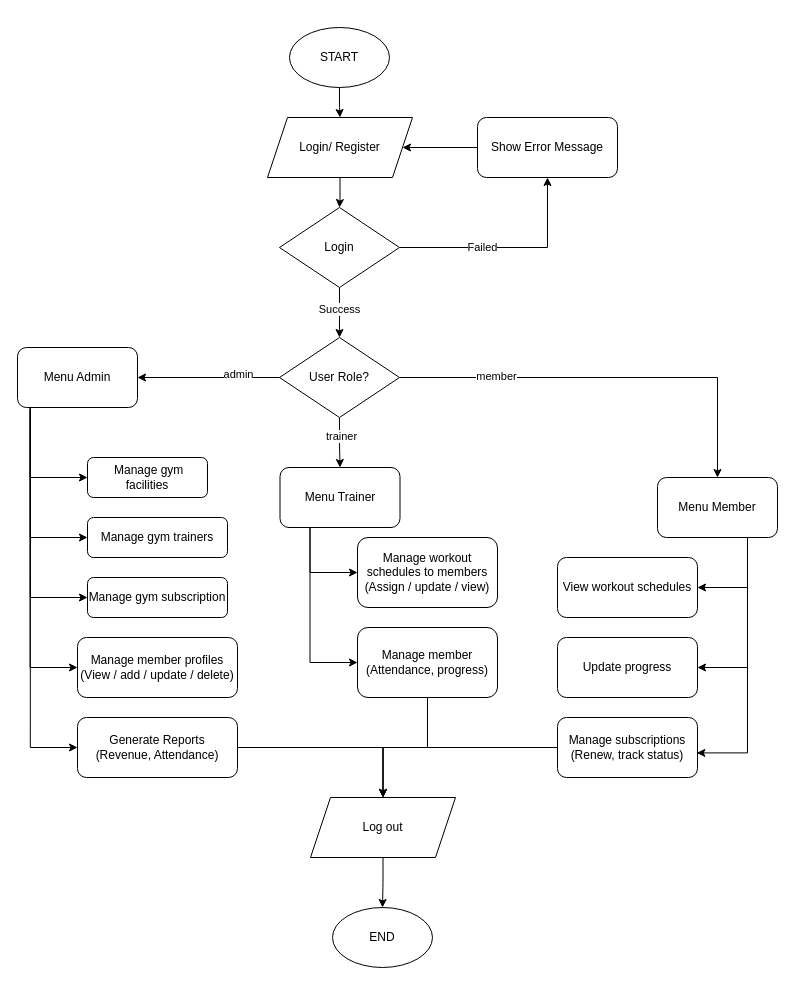
Above: Flowchart.drawio in XuanAnh1312/GMS_PROJECT_JAVA (draw.io), before the change. Source tidied: cells renumbered, new cells numbered last; positions are measured from the earlier drawing's top-left corner, leaving out a move shared by most shapes. Both pictures are drawn from the tidied source at 100%, with x=0, y=0 at pixel (17, 27).
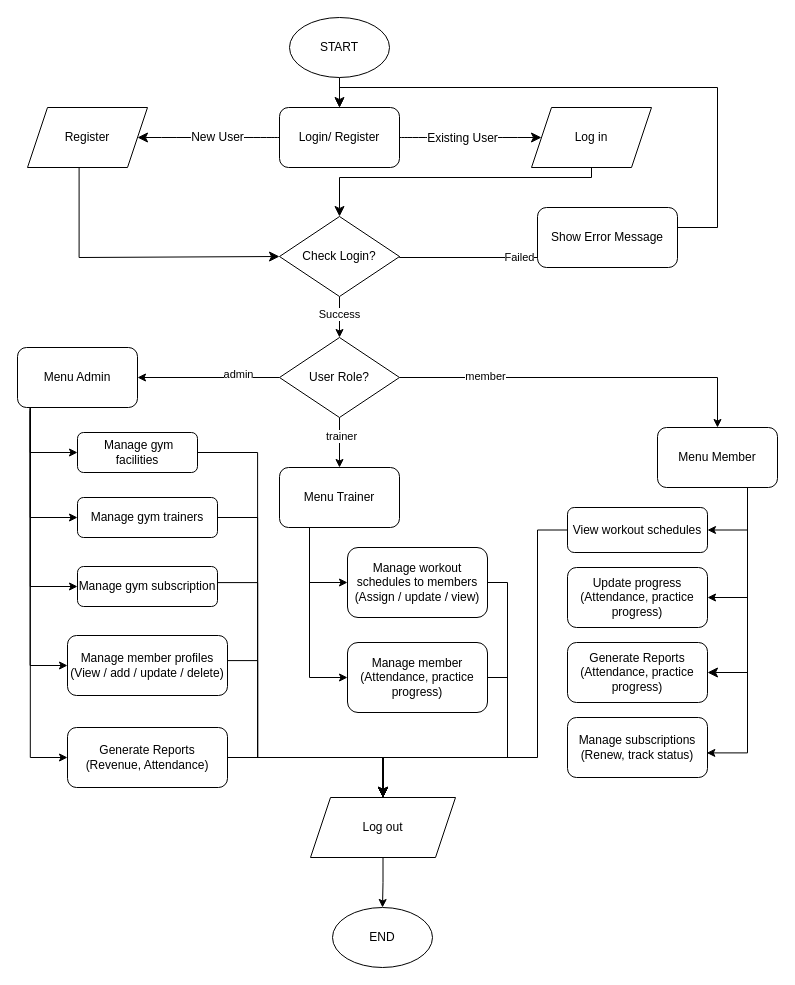
Above is the later version.

Unchanged cells that the change refers to:
```xml
<mxCell id="19" value="User Role?" style="rhombus;whiteSpace=wrap;html=1;shapeInside=1;" parent="1" vertex="1">
  <mxGeometry x="262" y="310" width="120" height="80" as="geometry" />
</mxCell>
<mxCell id="47" value="Log out" style="shape=parallelogram;perimeter=parallelogramPerimeter;whiteSpace=wrap;html=1;shapeInside=1;fixedSize=1;" parent="1" vertex="1">
  <mxGeometry x="293" y="770" width="145" height="60" as="geometry" />
</mxCell>
```

Diff of the diagram source:
```diff
@@
-    <mxCell id="2" style="edgeStyle=orthogonalEdgeStyle;rounded=0;jettySize=auto;html=1;" parent="1" edge="1" source="3" target="5">
+    <mxCell id="2" style="edgeStyle=orthogonalEdgeStyle;rounded=0;jettySize=auto;html=1;entryX=0.5;entryY=0;entryDx=0;entryDy=0;" parent="1" edge="1" source="3" target="5">
       <mxGeometry relative="1" as="geometry" />
     </mxCell>
     <mxCell id="3" value="START" style="ellipse;whiteSpace=wrap;html=1;shapeInside=1;" parent="1" vertex="1">
-      <mxGeometry x="272" width="100" height="60" as="geometry" />
+      <mxGeometry x="272" y="-10" width="100" height="60" as="geometry" />
     </mxCell>
-    <mxCell id="4" style="edgeStyle=orthogonalEdgeStyle;rounded=0;jettySize=auto;html=1;" parent="1" edge="1" source="5" target="10">
-      <mxGeometry relative="1" as="geometry" />
-    </mxCell>
-    <mxCell id="5" value="Login/ Register" style="shape=parallelogram;perimeter=parallelogramPerimeter;whiteSpace=wrap;html=1;shapeInside=1;fixedSize=1;" parent="1" vertex="1">
-      <mxGeometry x="250" y="90" width="145" height="60" as="geometry" />
-    </mxCell>
-    <mxCell id="6" style="edgeStyle=orthogonalEdgeStyle;rounded=0;jettySize=auto;html=1;" parent="1" edge="1" source="10" target="12">
+    <mxCell id="6" style="edgeStyle=orthogonalEdgeStyle;rounded=0;jettySize=auto;html=1;exitX=1;exitY=0.5;exitDx=0;exitDy=0;entryX=0;entryY=0.5;entryDx=0;entryDy=0;" parent="1" edge="1" source="65" target="12">
       <mxGeometry relative="1" as="geometry">
         <Array as="points">
-          <mxPoint x="530" y="220" />
+          <mxPoint x="600" y="230" />
         </Array>
       </mxGeometry>
     </mxCell>
@@
-    <mxCell id="8" style="edgeStyle=orthogonalEdgeStyle;rounded=0;jettySize=auto;html=1;" parent="1" edge="1" source="10" target="19">
+    <mxCell id="8" style="edgeStyle=orthogonalEdgeStyle;rounded=0;jettySize=auto;html=1;exitX=0.5;exitY=1;exitDx=0;exitDy=0;" parent="1" edge="1" source="65" target="19">
       <mxGeometry relative="1" as="geometry" />
     </mxCell>
@@
-    <mxCell id="10" value="Login" style="rhombus;whiteSpace=wrap;html=1;shapeInside=1;" parent="1" vertex="1">
-      <mxGeometry x="262" y="180" width="120" height="80" as="geometry" />
-    </mxCell>
-    <mxCell id="11" style="edgeStyle=orthogonalEdgeStyle;rounded=0;jettySize=auto;html=1;" parent="1" edge="1" source="12" target="5">
-      <mxGeometry relative="1" as="geometry" />
-    </mxCell>
     <mxCell id="12" value="Show Error Message" style="rounded=1;whiteSpace=wrap;html=1;" parent="1" vertex="1">
-      <mxGeometry x="460" y="90" width="140" height="60" as="geometry" />
+      <mxGeometry x="520" y="180" width="140" height="60" as="geometry" />
     </mxCell>
@@
     <mxCell id="26" value="Menu Trainer" style="rounded=1;whiteSpace=wrap;html=1;" parent="1" vertex="1">
-      <mxGeometry x="262.5" y="440" width="120" height="60" as="geometry" />
+      <mxGeometry x="262" y="440" width="120" height="60" as="geometry" />
     </mxCell>
@@
+    <mxCell id="49" style="edgeStyle=none;curved=0;rounded=0;jettySize=auto;html=1;fontSize=12;startSize=8;endSize=8;entryX=1;entryY=0.5;entryDx=0;entryDy=0;exitX=0.75;exitY=1;exitDx=0;exitDy=0;" parent="1" edge="1" source="30" target="50">
+      <mxGeometry relative="1" as="geometry">
+        <Array as="points">
+          <mxPoint x="730" y="645" />
+        </Array>
+      </mxGeometry>
+    </mxCell>
     <mxCell id="30" value="Menu Member" style="rounded=1;whiteSpace=wrap;html=1;" parent="1" vertex="1">
-      <mxGeometry x="640" y="450" width="120" height="60" as="geometry" />
+      <mxGeometry x="640" y="400" width="120" height="60" as="geometry" />
     </mxCell>
     <mxCell id="31" value="&amp;nbsp;Manage gym facilities" style="whiteSpace=wrap;html=1;rounded=1;" parent="1" vertex="1">
-      <mxGeometry x="70" y="430" width="120" height="40" as="geometry" />
+      <mxGeometry x="60" y="405" width="120" height="40" as="geometry" />
     </mxCell>
     <mxCell id="32" value="Manage gym&amp;nbsp;trainers" style="whiteSpace=wrap;html=1;rounded=1;" parent="1" vertex="1">
-      <mxGeometry x="70" y="490" width="140" height="40" as="geometry" />
+      <mxGeometry x="60" y="470" width="140" height="40" as="geometry" />
     </mxCell>
     <mxCell id="33" value="&lt;br&gt;Manage gym&amp;nbsp;subscription&lt;div&gt;&lt;br/&gt;&lt;/div&gt;" style="rounded=1;whiteSpace=wrap;html=1;" parent="1" vertex="1">
-      <mxGeometry x="70" y="550" width="140" height="40" as="geometry" />
+      <mxGeometry x="60" y="539" width="140" height="40" as="geometry" />
     </mxCell>
     <mxCell id="34" value="Manage member profiles&lt;div&gt;(V&lt;span style=&quot;background-color: transparent; color: light-dark(rgb(0, 0, 0), rgb(255, 255, 255));&quot;&gt;iew&lt;/span&gt;&lt;span style=&quot;background-color: transparent; color: light-dark(rgb(0, 0, 0), rgb(255, 255, 255));&quot;&gt; &lt;/span&gt;&lt;span style=&quot;background-color: transparent; color: light-dark(rgb(0, 0, 0), rgb(255, 255, 255));&quot;&gt;/ a&lt;/span&gt;&lt;span style=&quot;background-color: transparent; color: light-dark(rgb(0, 0, 0), rgb(255, 255, 255));&quot;&gt;dd&lt;/span&gt;&lt;span style=&quot;background-color: transparent; color: light-dark(rgb(0, 0, 0), rgb(255, 255, 255));&quot;&gt; &lt;/span&gt;&lt;span style=&quot;background-color: transparent; color: light-dark(rgb(0, 0, 0), rgb(255, 255, 255));&quot;&gt;/ update / delete)&lt;/span&gt;&lt;/div&gt;" style="rounded=1;whiteSpace=wrap;html=1;" parent="1" vertex="1">
-      <mxGeometry x="60" y="610" width="160" height="60" as="geometry" />
+      <mxGeometry x="50" y="608" width="160" height="60" as="geometry" />
     </mxCell>
@@
-    <mxCell id="36" style="edgeStyle=orthogonalEdgeStyle;rounded=0;jettySize=auto;html=1;" parent="1" edge="1" source="37" target="47">
-      <mxGeometry relative="1" as="geometry" />
-    </mxCell>
     <mxCell id="37" value="Generate Reports&lt;div&gt;(Revenue, Attendance)&lt;/div&gt;" style="rounded=1;whiteSpace=wrap;html=1;" parent="1" vertex="1">
-      <mxGeometry x="60" y="690" width="160" height="60" as="geometry" />
+      <mxGeometry x="50" y="700" width="160" height="60" as="geometry" />
     </mxCell>
@@
     <mxCell id="39" value="Manage workout schedules to members&lt;div&gt;(Assign / update / view)&lt;/div&gt;" style="rounded=1;whiteSpace=wrap;html=1;" parent="1" vertex="1">
-      <mxGeometry x="340" y="510" width="140" height="70" as="geometry" />
+      <mxGeometry x="330" y="520" width="140" height="70" as="geometry" />
     </mxCell>
-    <mxCell id="40" style="edgeStyle=orthogonalEdgeStyle;rounded=0;jettySize=auto;html=1;" parent="1" edge="1" source="41" target="47">
-      <mxGeometry relative="1" as="geometry" />
-    </mxCell>
-    <mxCell id="41" value="Manage member&lt;div&gt;(Attendance, progress)&lt;/div&gt;" style="whiteSpace=wrap;html=1;rounded=1;" parent="1" vertex="1">
-      <mxGeometry x="340" y="600" width="140" height="70" as="geometry" />
+    <mxCell id="41" value="Manage member&lt;div&gt;(Attendance, practice progress)&lt;/div&gt;" style="whiteSpace=wrap;html=1;rounded=1;" parent="1" vertex="1">
+      <mxGeometry x="330" y="615" width="140" height="70" as="geometry" />
     </mxCell>
     <mxCell id="42" value="View workout schedules" style="whiteSpace=wrap;html=1;rounded=1;" parent="1" vertex="1">
-      <mxGeometry x="540" y="530" width="140" height="60" as="geometry" />
+      <mxGeometry x="550" y="480" width="140" height="45" as="geometry" />
     </mxCell>
-    <mxCell id="43" value="Update progress" style="whiteSpace=wrap;html=1;rounded=1;" parent="1" vertex="1">
-      <mxGeometry x="540" y="610" width="140" height="60" as="geometry" />
+    <mxCell id="43" value="Update progress&lt;div&gt;(Attendance, practice progress)&lt;/div&gt;" style="whiteSpace=wrap;html=1;rounded=1;" parent="1" vertex="1">
+      <mxGeometry x="550" y="540" width="140" height="60" as="geometry" />
     </mxCell>
-    <mxCell id="44" style="edgeStyle=orthogonalEdgeStyle;rounded=0;jettySize=auto;html=1;" parent="1" edge="1" source="45" target="47">
-      <mxGeometry relative="1" as="geometry" />
-    </mxCell>
     <mxCell id="45" value="Manage subscriptions&lt;div&gt;(Renew, track status)&lt;/div&gt;" style="whiteSpace=wrap;html=1;rounded=1;" parent="1" vertex="1">
-      <mxGeometry x="540" y="690" width="140" height="60" as="geometry" />
+      <mxGeometry x="550" y="690" width="140" height="60" as="geometry" />
     </mxCell>
@@
+    <mxCell id="50" value="Generate Reports&lt;div&gt;(Attendance, practice progress)&lt;/div&gt;" style="whiteSpace=wrap;html=1;rounded=1;" parent="1" vertex="1">
+      <mxGeometry x="550" y="615" width="140" height="60" as="geometry" />
+    </mxCell>
+    <mxCell id="51" style="endArrow=classic;html=1;rounded=0;fontSize=12;startSize=8;endSize=8;entryX=0.5;entryY=0;entryDx=0;entryDy=0;exitX=1;exitY=0.5;exitDx=0;exitDy=0;edgeStyle=orthogonalEdgeStyle;" parent="1" edge="1" source="31" target="47">
+      <mxGeometry relative="1" as="geometry">
+        <Array as="points">
+          <mxPoint x="240.1" y="425.1" />
+          <mxPoint x="240.1" y="730" />
+          <mxPoint x="365.5" y="730" />
+        </Array>
+      </mxGeometry>
+    </mxCell>
+    <mxCell id="52" style="endArrow=classic;html=1;rounded=0;fontSize=12;startSize=8;endSize=8;exitX=1;exitY=0.5;exitDx=0;exitDy=0;entryX=0.5;entryY=0;entryDx=0;entryDy=0;edgeStyle=orthogonalEdgeStyle;" parent="1" edge="1" source="32" target="47">
+      <mxGeometry relative="1" as="geometry">
+        <Array as="points">
+          <mxPoint x="240.1" y="490" />
+          <mxPoint x="240.1" y="730" />
+          <mxPoint x="365.5" y="730" />
+        </Array>
+      </mxGeometry>
+    </mxCell>
+    <mxCell id="53" style="endArrow=classic;html=1;rounded=0;fontSize=12;startSize=8;endSize=8;entryX=0.5;entryY=0;entryDx=0;entryDy=0;exitX=1;exitY=0.5;exitDx=0;exitDy=0;edgeStyle=orthogonalEdgeStyle;" parent="1" edge="1" source="33" target="47">
+      <mxGeometry relative="1" as="geometry">
+        <Array as="points">
+          <mxPoint x="200.1" y="555.1" />
+          <mxPoint x="240.1" y="555.1" />
+          <mxPoint x="240.1" y="730" />
+          <mxPoint x="365.5" y="730" />
+        </Array>
+      </mxGeometry>
+    </mxCell>
+    <mxCell id="54" style="endArrow=classic;html=1;rounded=0;fontSize=12;startSize=8;endSize=8;entryX=0.5;entryY=0;entryDx=0;entryDy=0;exitX=1;exitY=0.5;exitDx=0;exitDy=0;edgeStyle=orthogonalEdgeStyle;" parent="1" edge="1" source="34" target="47">
+      <mxGeometry relative="1" as="geometry">
+        <Array as="points">
+          <mxPoint x="210.1" y="633.1" />
+          <mxPoint x="240.1" y="633.1" />
+          <mxPoint x="240.1" y="730" />
+          <mxPoint x="365.5" y="730" />
+        </Array>
+      </mxGeometry>
+    </mxCell>
+    <mxCell id="36" style="endArrow=classic;html=1;rounded=0;fontSize=12;startSize=8;endSize=8;entryX=0.5;entryY=0;entryDx=0;entryDy=0;exitX=1;exitY=0.5;exitDx=0;exitDy=0;edgeStyle=orthogonalEdgeStyle;" parent="1" edge="1" source="37" target="47">
+      <mxGeometry relative="1" as="geometry" />
+    </mxCell>
+    <mxCell id="55" style="endArrow=classic;html=1;rounded=0;fontSize=12;startSize=8;endSize=8;edgeStyle=orthogonalEdgeStyle;exitX=1;exitY=0.5;exitDx=0;exitDy=0;entryX=0.5;entryY=0;entryDx=0;entryDy=0;" parent="1" edge="1" source="39" target="47">
+      <mxGeometry relative="1" as="geometry">
+        <Array as="points">
+          <mxPoint x="490" y="555" />
+          <mxPoint x="490" y="730" />
+          <mxPoint x="365.6" y="730" />
+        </Array>
+      </mxGeometry>
+    </mxCell>
+    <mxCell id="40" style="endArrow=classic;html=1;rounded=0;fontSize=12;startSize=8;endSize=8;edgeStyle=orthogonalEdgeStyle;exitX=1;exitY=0.5;exitDx=0;exitDy=0;entryX=0.5;entryY=0;entryDx=0;entryDy=0;" parent="1" edge="1" source="41" target="47">
+      <mxGeometry relative="1" as="geometry">
+        <Array as="points">
+          <mxPoint x="490" y="650" />
+          <mxPoint x="490" y="730" />
+          <mxPoint x="365.6" y="730" />
+        </Array>
+      </mxGeometry>
+    </mxCell>
+    <mxCell id="56" style="endArrow=classic;html=1;rounded=0;fontSize=12;startSize=8;endSize=8;exitX=0;exitY=0.5;exitDx=0;exitDy=0;entryX=0.5;entryY=0;entryDx=0;entryDy=0;edgeStyle=orthogonalEdgeStyle;" parent="1" edge="1" source="42" target="47">
+      <mxGeometry relative="1" as="geometry">
+        <Array as="points">
+          <mxPoint x="520" y="502.5" />
+          <mxPoint x="520" y="730" />
+          <mxPoint x="365.5" y="730" />
+        </Array>
+      </mxGeometry>
+    </mxCell>
+    <mxCell id="57" style="edgeStyle=none;curved=1;rounded=0;jettySize=auto;html=1;fontSize=12;startSize=8;endSize=8;" parent="1" edge="1" source="5" target="62">
+      <mxGeometry relative="1" as="geometry" />
+    </mxCell>
+    <mxCell id="58" value="New User" style="edgeLabel;html=1;align=center;verticalAlign=middle;fontSize=12;" parent="57" vertex="1">
+      <mxGeometry x="-0.11" y="-1" relative="1" as="geometry" />
+    </mxCell>
+    <mxCell id="59" style="edgeStyle=none;curved=1;rounded=0;jettySize=auto;html=1;fontSize=12;startSize=8;endSize=8;" parent="1" edge="1" source="5" target="64">
+      <mxGeometry relative="1" as="geometry" />
+    </mxCell>
+    <mxCell id="60" value="Existing User" style="edgeLabel;html=1;align=center;verticalAlign=middle;fontSize=12;" parent="59" vertex="1">
+      <mxGeometry x="-0.13" relative="1" as="geometry" />
+    </mxCell>
+    <mxCell id="5" value="Login/ Register" style="rounded=1;whiteSpace=wrap;html=1;" parent="1" vertex="1">
+      <mxGeometry x="262" y="80" width="120" height="60" as="geometry" />
+    </mxCell>
+    <mxCell id="61" style="edgeStyle=orthogonalEdgeStyle;rounded=0;jettySize=auto;html=1;fontSize=12;startSize=8;endSize=8;exitX=0.43;exitY=1.006;exitDx=0;exitDy=0;exitPerimeter=0;entryX=0;entryY=0.5;entryDx=0;entryDy=0;" parent="1" edge="1" source="62" target="65">
+      <mxGeometry relative="1" as="geometry">
+        <Array as="points">
+          <mxPoint x="61.6" y="230" />
+        </Array>
+      </mxGeometry>
+    </mxCell>
+    <mxCell id="62" value="Register" style="shape=parallelogram;perimeter=parallelogramPerimeter;whiteSpace=wrap;html=1;shapeInside=1;fixedSize=1;" parent="1" vertex="1">
+      <mxGeometry x="10" y="80" width="120" height="60" as="geometry" />
+    </mxCell>
+    <mxCell id="63" style="edgeStyle=orthogonalEdgeStyle;rounded=0;jettySize=auto;html=1;fontSize=12;startSize=8;endSize=8;entryX=0.5;entryY=0;entryDx=0;entryDy=0;" parent="1" edge="1" target="65">
+      <mxGeometry relative="1" as="geometry">
+        <mxPoint x="574" y="130" as="sourcePoint" />
+        <Array as="points">
+          <mxPoint x="574" y="150" />
+          <mxPoint x="322" y="150" />
+        </Array>
+      </mxGeometry>
+    </mxCell>
+    <mxCell id="64" value="Log in" style="shape=parallelogram;perimeter=parallelogramPerimeter;whiteSpace=wrap;html=1;shapeInside=1;fixedSize=1;" parent="1" vertex="1">
+      <mxGeometry x="514" y="80" width="120" height="60" as="geometry" />
+    </mxCell>
+    <mxCell id="65" value="Check Login?" style="rhombus;whiteSpace=wrap;html=1;shapeInside=1;" parent="1" vertex="1">
+      <mxGeometry x="262" y="189" width="120" height="80" as="geometry" />
+    </mxCell>
+    <mxCell id="66" style="endArrow=classic;html=1;rounded=0;fontSize=12;startSize=8;endSize=8;exitX=1;exitY=0.5;exitDx=0;exitDy=0;entryX=0.5;entryY=0;entryDx=0;entryDy=0;edgeStyle=orthogonalEdgeStyle;" parent="1" edge="1" target="5">
+      <mxGeometry relative="1" as="geometry">
+        <mxPoint x="660" y="200" as="sourcePoint" />
+        <Array as="points">
+          <mxPoint x="700" y="200" />
+          <mxPoint x="700" y="60" />
+          <mxPoint x="322" y="60" />
+        </Array>
+      </mxGeometry>
+    </mxCell>
```
